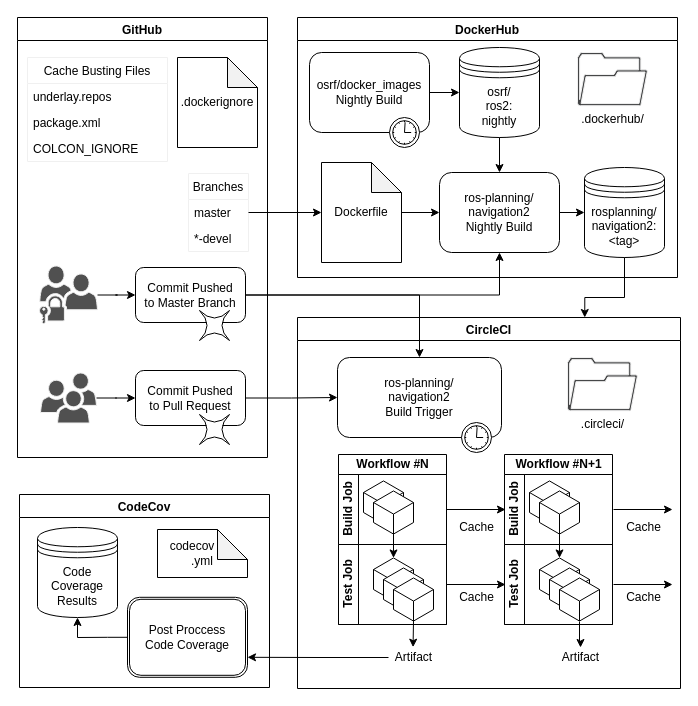
Above: doc/continuous_integration/figs/pipeline.drawio in ros-navigation/navigation2 (draw.io), before the change. Source tidied: cells renumbered, new cells numbered last; positions are measured from the earlier drawing's top-left corner, leaving out a move shared by most shapes. Both pictures are drawn from the tidied source at 100%, with x=0, y=0 at pixel (17, 17).
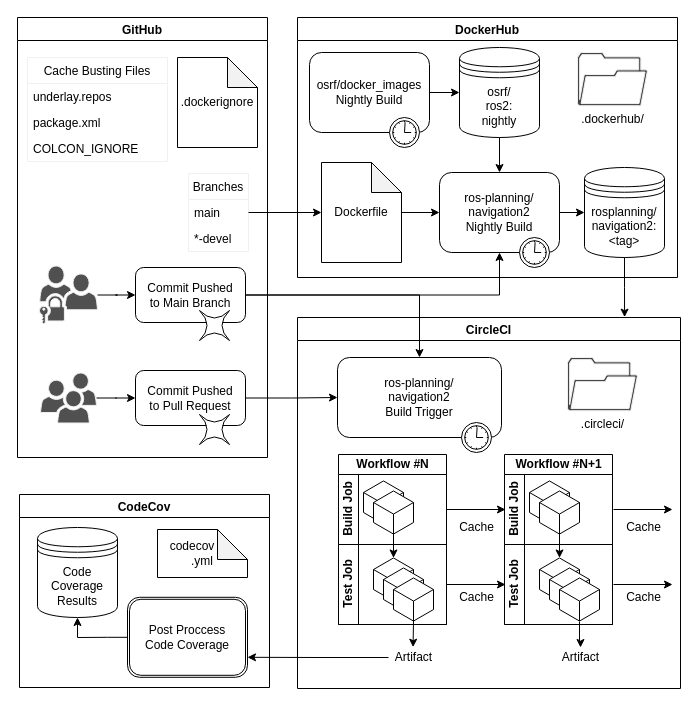
Above is the later version.

Commit message (it also covers changes not shown here):
Update pipeline figure

The change refers to these unchanged cells:
```xml
<mxCell id="2" value="DockerHub" style="swimlane;" parent="1" vertex="1">
  <mxGeometry x="280" width="380" height="260" as="geometry" />
</mxCell>
<mxCell id="7" value="rosplanning/&lt;br&gt;navigation2:&lt;br&gt;&amp;lt;tag&amp;gt;" style="shape=datastore;whiteSpace=wrap;html=1;" parent="2" vertex="1">
  <mxGeometry x="287" y="150" width="80" height="90" as="geometry" />
</mxCell>
<mxCell id="19" value="Branches" style="swimlane;fontStyle=0;horizontal=1;startSize=26;fillColor=none;strokeColor=#F0F0F0;" parent="14" vertex="1">
  <mxGeometry x="171" y="156" width="60" height="78" as="geometry" />
</mxCell>
<mxCell id="25" style="group;" parent="14" vertex="1">
  <mxGeometry x="118" y="250" width="110" height="73" as="geometry" />
</mxCell>
<mxCell id="33" value="CircleCI" style="swimlane;" parent="1" vertex="1">
  <mxGeometry x="280" y="300" width="383" height="371" as="geometry" />
</mxCell>
```

Change to the diagram source:
```diff
@@
-    <mxCell id="10" style="edgeStyle=orthogonalEdgeStyle;rounded=0;jettySize=auto;html=1;" parent="2" edge="1" source="11" target="7">
+    <mxCell id="10" style="edgeStyle=orthogonalEdgeStyle;rounded=0;jettySize=auto;html=1;exitX=1;exitY=0.5;exitDx=0;exitDy=0;" parent="2" edge="1" source="11" target="7">
       <mxGeometry relative="1" as="geometry" />
     </mxCell>
-    <mxCell id="11" value="ros-planning/&lt;br&gt;navigation2&lt;br&gt;Nightly Build" style="html=1;whiteSpace=wrap;rounded=1;" parent="2" vertex="1">
-      <mxGeometry x="142" y="155" width="120" height="80" as="geometry" />
-    </mxCell>
@@
+    <mxCell id="11" value="ros-planning/&lt;br&gt;navigation2&lt;br&gt;Nightly Build" style="html=1;whiteSpace=wrap;rounded=1;" parent="2" vertex="1">
+      <mxGeometry x="142" y="155" width="120" height="80" as="geometry" />
+    </mxCell>
+    <mxCell id="78" style="shape=mxgraph.bpmn.timer_start;perimeter=ellipsePerimeter;html=1;verticalLabelPosition=bottom;labelBackgroundColor=#ffffff;verticalAlign=top;" parent="11" vertex="1">
+      <mxGeometry x="1" y="1" width="30" height="30" relative="1" as="geometry">
+        <mxPoint x="-40" y="-15" as="offset" />
+      </mxGeometry>
+    </mxCell>
@@
-    <mxCell id="20" value="master" style="text;strokeColor=none;fillColor=none;align=left;verticalAlign=top;spacingLeft=4;spacingRight=4;overflow=hidden;" parent="19" vertex="1">
+    <mxCell id="20" value="main" style="text;strokeColor=none;fillColor=none;align=left;verticalAlign=top;spacingLeft=4;spacingRight=4;overflow=hidden;" parent="19" vertex="1">
       <mxGeometry y="26" width="60" height="26" as="geometry" />
     </mxCell>
@@
-    <mxCell id="26" value="Commit Pushed&lt;br&gt;to Master Branch" style="html=1;whiteSpace=wrap;rounded=1;" parent="25" vertex="1">
+    <mxCell id="26" value="Commit Pushed&lt;br&gt;to Main Branch" style="html=1;whiteSpace=wrap;rounded=1;" parent="25" vertex="1">
       <mxGeometry width="110" height="55" as="geometry" />
     </mxCell>
@@
-    <mxCell id="77" style="edgeStyle=orthogonalEdgeStyle;rounded=0;jettySize=auto;html=1;entryX=0.75;entryY=0;entryDx=0;entryDy=0;" parent="1" edge="1" source="7" target="33">
-      <mxGeometry relative="1" as="geometry">
-        <Array as="points">
-          <mxPoint x="607" y="280" />
-          <mxPoint x="567" y="280" />
-        </Array>
-      </mxGeometry>
+    <mxCell id="77" style="edgeStyle=orthogonalEdgeStyle;rounded=0;jettySize=auto;html=1;entryX=0.854;entryY=-0.001;entryDx=0;entryDy=0;entryPerimeter=0;" parent="1" edge="1" source="7" target="33">
+      <mxGeometry relative="1" as="geometry" />
     </mxCell>
```
